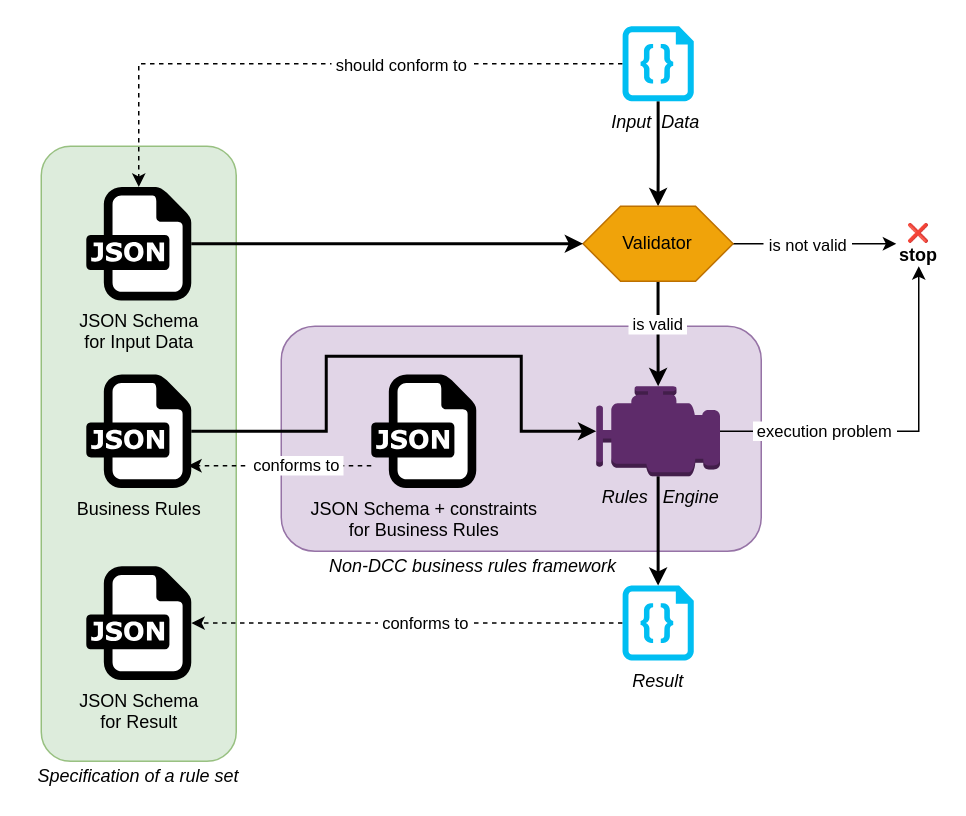
This is docs/img/engine.drawio from dslmeinte/non-dcc-rules-prototype, a draw.io file, before an edit. Source tidied: cells renumbered, new cells numbered last; positions are measured from the earlier drawing's top-left corner, leaving out a move shared by most shapes. Both pictures are drawn from the tidied source at 150%, with x=0, y=0 at pixel (26, 26).
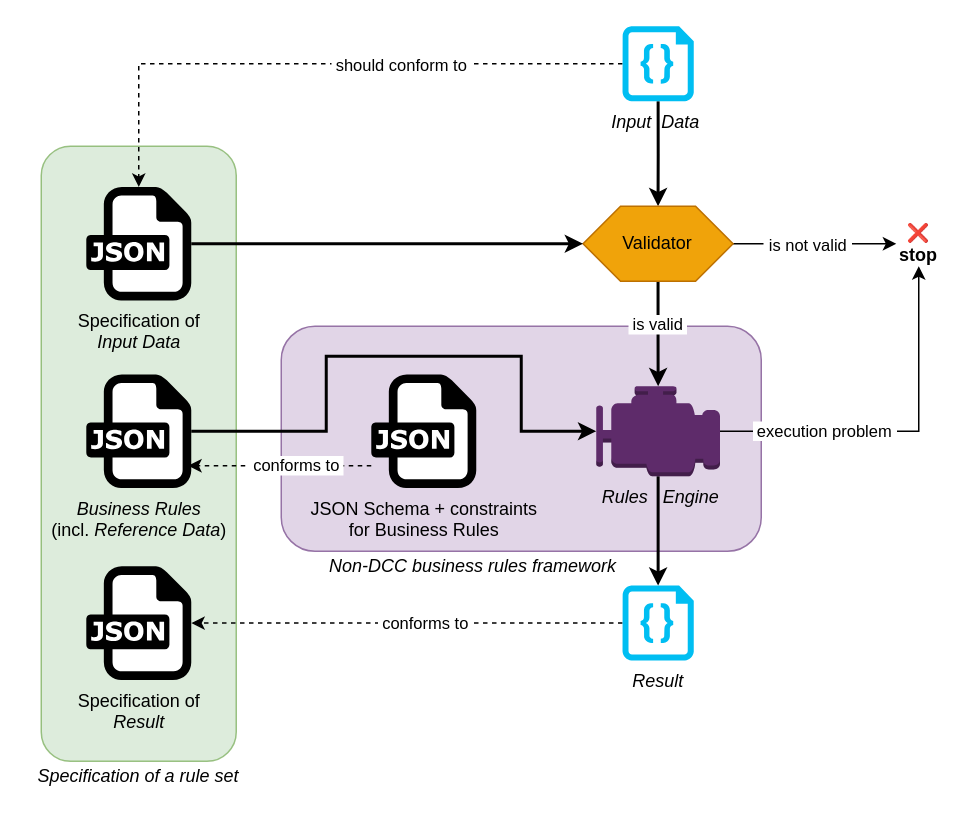
The same diagram, later.

Commit message (it also covers changes not shown here):
improve (location of) engine diagram

Change to the diagram source:
```diff
@@
-    <mxCell id="21" value="JSON Schema&lt;br&gt;for Input Data" style="dashed=0;outlineConnect=0;html=1;align=center;labelPosition=center;verticalLabelPosition=bottom;verticalAlign=top;shape=mxgraph.weblogos.json;" parent="1" vertex="1">
+    <mxCell id="21" value="Specification of&lt;br&gt;&lt;i&gt;Input Data&lt;/i&gt;" style="dashed=0;outlineConnect=0;html=1;align=center;labelPosition=center;verticalLabelPosition=bottom;verticalAlign=top;shape=mxgraph.weblogos.json;" parent="1" vertex="1">
       <mxGeometry x="40" y="107.1" width="70" height="75.8" as="geometry" />
     </mxCell>
-    <mxCell id="22" value="Business Rules" style="dashed=0;outlineConnect=0;html=1;align=center;labelPosition=center;verticalLabelPosition=bottom;verticalAlign=top;shape=mxgraph.weblogos.json;" parent="1" vertex="1">
+    <mxCell id="22" value="&lt;i&gt;Business Rules&lt;/i&gt;&lt;br&gt;(incl.&amp;nbsp;&lt;i&gt;Reference Data&lt;/i&gt;)" style="dashed=0;outlineConnect=0;html=1;align=center;labelPosition=center;verticalLabelPosition=bottom;verticalAlign=top;shape=mxgraph.weblogos.json;" parent="1" vertex="1">
       <mxGeometry x="40" y="232.1" width="70" height="75.8" as="geometry" />
     </mxCell>
-    <mxCell id="23" value="JSON Schema&lt;br&gt;for Result" style="dashed=0;outlineConnect=0;html=1;align=center;labelPosition=center;verticalLabelPosition=bottom;verticalAlign=top;shape=mxgraph.weblogos.json;" parent="1" vertex="1">
+    <mxCell id="23" value="Specification of&lt;br&gt;&lt;i&gt;Result&lt;/i&gt;" style="dashed=0;outlineConnect=0;html=1;align=center;labelPosition=center;verticalLabelPosition=bottom;verticalAlign=top;shape=mxgraph.weblogos.json;" parent="1" vertex="1">
       <mxGeometry x="40" y="360" width="70" height="75.8" as="geometry" />
     </mxCell>
```
